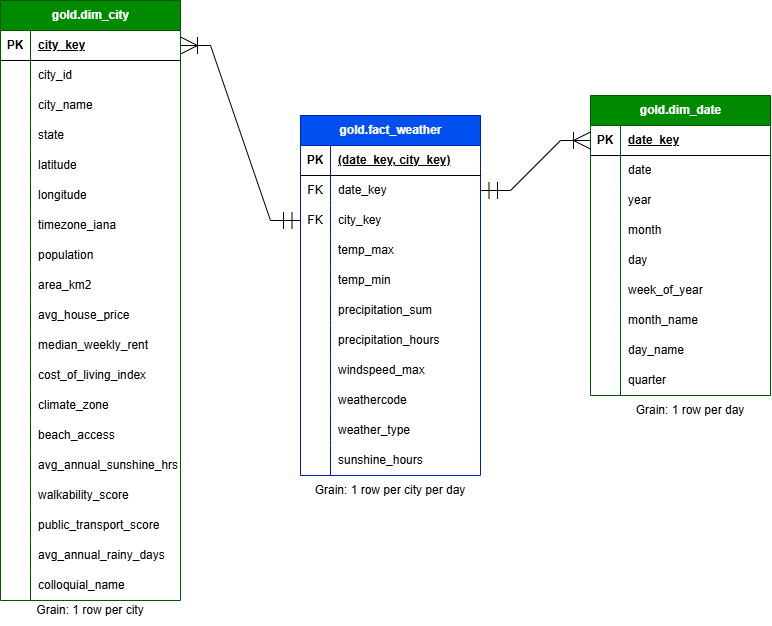
Before: docs/data_model.png, a diagram exported from draw.io (3lllopogg/au-weather-pipeline). Source tidied: cells renumbered, new cells last; positions are measured from the earlier drawing's top-left corner, leaving out a move shared by most shapes.
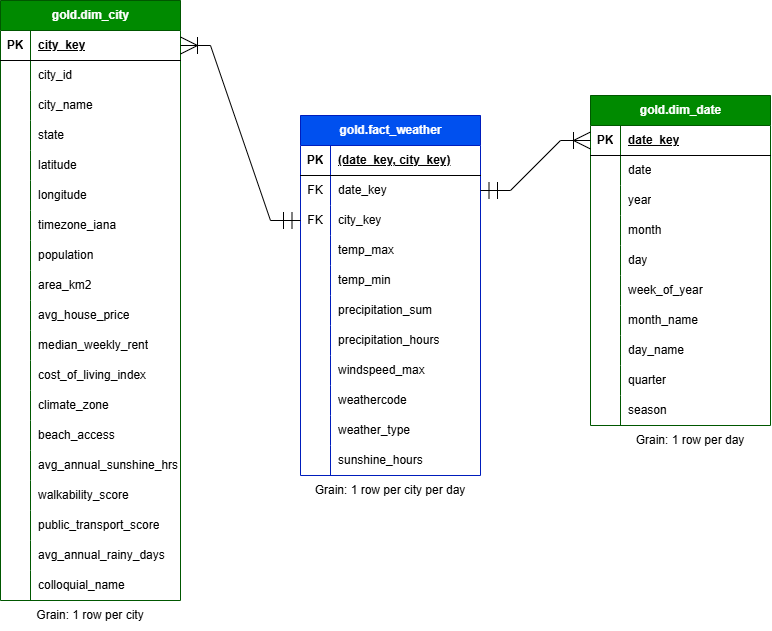
After the commit.

Commit message:
Updates readme Added new season column to gold/data model. Updated weathercode data type in silver.

The edit, as a diff of the source:
```diff
@@ -105,7 +105,7 @@
       <mxGeometry x="30" width="150" height="30" as="geometry" />
     </mxCell>
     <mxCell id="36" value="gold.dim_date" style="shape=table;startSize=30;rowLines=0;fontStyle=1;align=center;html=1;fillColor=#008a00;fontColor=#ffffff;strokeColor=#005700;swimlaneFillColor=default;" parent="1" vertex="1">
-      <mxGeometry x="590" y="95" width="180" height="300" as="geometry" />
+      <mxGeometry x="590" y="95" width="180" height="330" as="geometry" />
     </mxCell>
     <mxCell id="37" style="shape=tableRow;horizontal=0;startSize=0;swimlaneHead=0;swimlaneBody=0;fillColor=none;points=[[0,0.5],[1,0.5]];portConstraint=eastwest;top=0;left=0;right=0;bottom=1;" parent="36" vertex="1">
       <mxGeometry y="30" width="180" height="30" as="geometry" />
@@ -188,6 +188,15 @@
     <mxCell id="63" value="quarter" style="shape=partialRectangle;fillColor=none;top=0;left=0;bottom=0;right=0;align=left;spacingLeft=6;overflow=hidden;whiteSpace=wrap;html=1;" parent="61" vertex="1">
       <mxGeometry x="30" width="150" height="30" as="geometry" />
     </mxCell>
+    <mxCell id="127" style="shape=tableRow;horizontal=0;startSize=0;swimlaneHead=0;swimlaneBody=0;fillColor=none;top=0;left=0;right=0;bottom=0;" parent="36" vertex="1">
+      <mxGeometry y="300" width="180" height="30" as="geometry" />
+    </mxCell>
+    <mxCell id="128" style="shape=partialRectangle;fillColor=none;top=0;left=0;bottom=0;right=0;overflow=hidden;whiteSpace=wrap;html=1;" parent="127" vertex="1">
+      <mxGeometry width="30" height="30" as="geometry" />
+    </mxCell>
+    <mxCell id="129" value="season" style="shape=partialRectangle;fillColor=none;top=0;left=0;bottom=0;right=0;align=left;spacingLeft=6;overflow=hidden;whiteSpace=wrap;html=1;" parent="127" vertex="1">
+      <mxGeometry x="30" width="150" height="30" as="geometry" />
+    </mxCell>
     <mxCell id="64" value="gold.dim_city" style="shape=table;startSize=30;rowLines=0;fontStyle=1;align=center;html=1;fillColor=#008a00;fontColor=#ffffff;strokeColor=#005700;swimlaneFillColor=default;" parent="1" vertex="1">
       <mxGeometry width="180" height="600" as="geometry" />
     </mxCell>
@@ -362,20 +371,20 @@
     <mxCell id="121" value="colloquial_name" style="shape=partialRectangle;fillColor=none;top=0;left=0;bottom=0;right=0;align=left;spacingLeft=6;overflow=hidden;whiteSpace=wrap;html=1;" parent="119" vertex="1">
       <mxGeometry x="30" width="150" height="30" as="geometry" />
     </mxCell>
-    <mxCell id="122" style="edgeStyle=entityRelationEdgeStyle;fontSize=12;html=1;endArrow=ERoneToMany;startArrow=ERmandOne;rounded=0;entryX=0;entryY=0.5;entryDx=0;entryDy=0;exitX=1;exitY=0.5;exitDx=0;exitDy=0;strokeWidth=1;endSize=15;startSize=15;strokeColor=light-dark(#000000,#000000);" parent="1" edge="1" source="6" target="37">
+    <mxCell id="122" style="edgeStyle=entityRelationEdgeStyle;fontSize=12;html=1;endArrow=ERoneToMany;startArrow=ERmandOne;rounded=0;entryX=0;entryY=0.5;entryDx=0;entryDy=0;exitX=1;exitY=0.5;exitDx=0;exitDy=0;strokeWidth=1;endSize=15;startSize=15;strokeColor=light-dark(#000000,#FFFFFF);" parent="1" edge="1" source="6" target="37">
       <mxGeometry relative="1" as="geometry" />
     </mxCell>
-    <mxCell id="123" style="edgeStyle=entityRelationEdgeStyle;fontSize=12;html=1;endArrow=ERoneToMany;startArrow=ERmandOne;rounded=0;entryX=1;entryY=0.5;entryDx=0;entryDy=0;exitX=0;exitY=0.5;exitDx=0;exitDy=0;strokeWidth=1;endSize=15;startSize=15;strokeColor=light-dark(#000000,#000000);fontColor=light-dark(#000000,#000000);" parent="1" edge="1" source="9" target="65">
+    <mxCell id="123" style="edgeStyle=entityRelationEdgeStyle;fontSize=12;html=1;endArrow=ERoneToMany;startArrow=ERmandOne;rounded=0;entryX=1;entryY=0.5;entryDx=0;entryDy=0;exitX=0;exitY=0.5;exitDx=0;exitDy=0;strokeWidth=1;endSize=15;startSize=15;strokeColor=light-dark(#000000,#FFFFFF);fontColor=light-dark(#000000,#000000);" parent="1" edge="1" source="9" target="65">
       <mxGeometry relative="1" as="geometry" />
     </mxCell>
-    <mxCell id="124" value="Grain: 1 row per city" style="text;html=1;whiteSpace=wrap;strokeColor=none;fillColor=none;align=center;verticalAlign=middle;rounded=0;fontColor=light-dark(#000000,#000000);" parent="1" vertex="1">
-      <mxGeometry x="30" y="595" width="120" height="30" as="geometry" />
+    <mxCell id="124" value="Grain: 1 row per city" style="text;html=1;whiteSpace=wrap;strokeColor=none;fillColor=none;align=center;verticalAlign=middle;rounded=0;fontColor=light-dark(#000000,#FFFFFF);" parent="1" vertex="1">
+      <mxGeometry x="30" y="600" width="120" height="30" as="geometry" />
     </mxCell>
-    <mxCell id="125" value="Grain: 1 row per city per day" style="text;html=1;whiteSpace=wrap;strokeColor=none;fillColor=none;align=center;verticalAlign=middle;rounded=0;fontColor=light-dark(#000000,#000000);" parent="1" vertex="1">
+    <mxCell id="125" value="Grain: 1 row per city per day" style="text;html=1;whiteSpace=wrap;strokeColor=none;fillColor=none;align=center;verticalAlign=middle;rounded=0;fontColor=light-dark(#000000,#FFFFFF);" parent="1" vertex="1">
       <mxGeometry x="305" y="475" width="170" height="30" as="geometry" />
     </mxCell>
-    <mxCell id="126" value="Grain: 1 row per day" style="text;html=1;whiteSpace=wrap;strokeColor=none;fillColor=none;align=center;verticalAlign=middle;rounded=0;fontColor=light-dark(#000000,#000000);" parent="1" vertex="1">
-      <mxGeometry x="630" y="395" width="120" height="30" as="geometry" />
+    <mxCell id="126" value="Grain: 1 row per day" style="text;html=1;whiteSpace=wrap;strokeColor=none;fillColor=none;align=center;verticalAlign=middle;rounded=0;fontColor=light-dark(#000000,#FFFFFF);" parent="1" vertex="1">
+      <mxGeometry x="630" y="425" width="120" height="30" as="geometry" />
     </mxCell>
   </root>
 </mxGraphModel>
```
